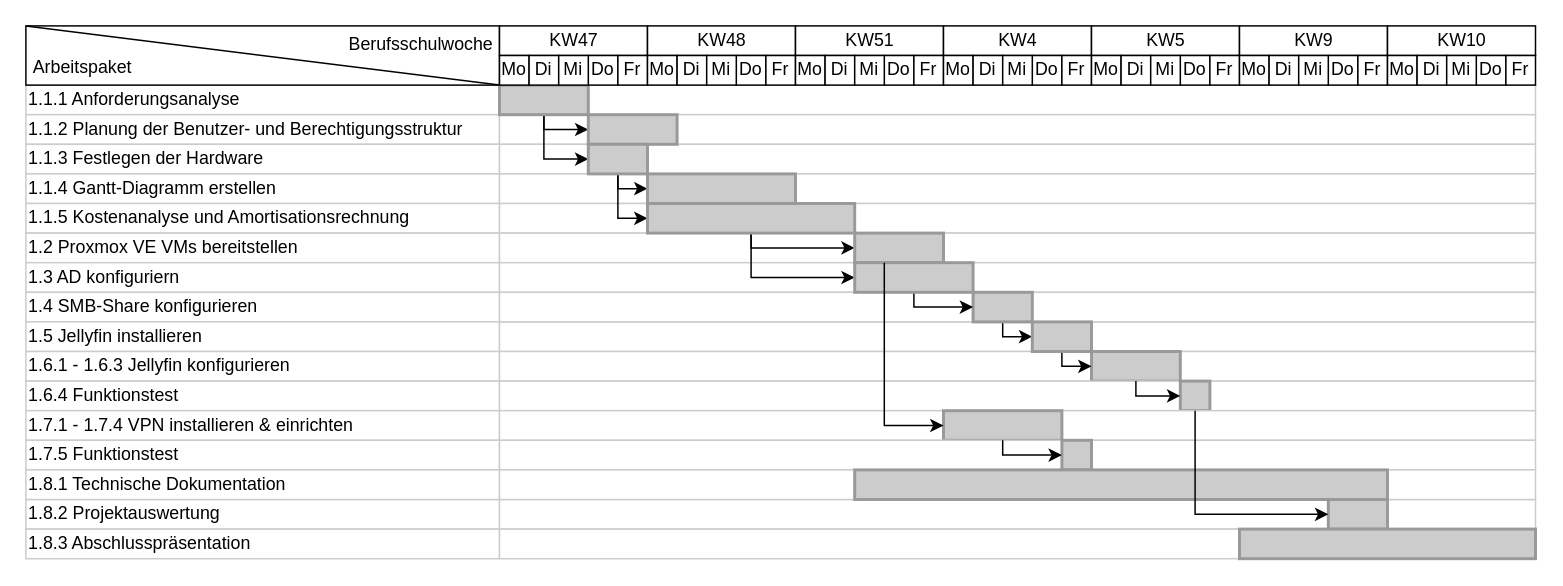
Earlier version of the draw.io diagram Schulprojekt/Gantt-Diagramm.drawio (Hartl14/Projects). Source tidied: cells renumbered, new cells numbered last; positions are measured from the earlier drawing's top-left corner, leaving out a move shared by most shapes. Both pictures are drawn from the tidied source at 148%, with x=0, y=0 at pixel (25, 25).
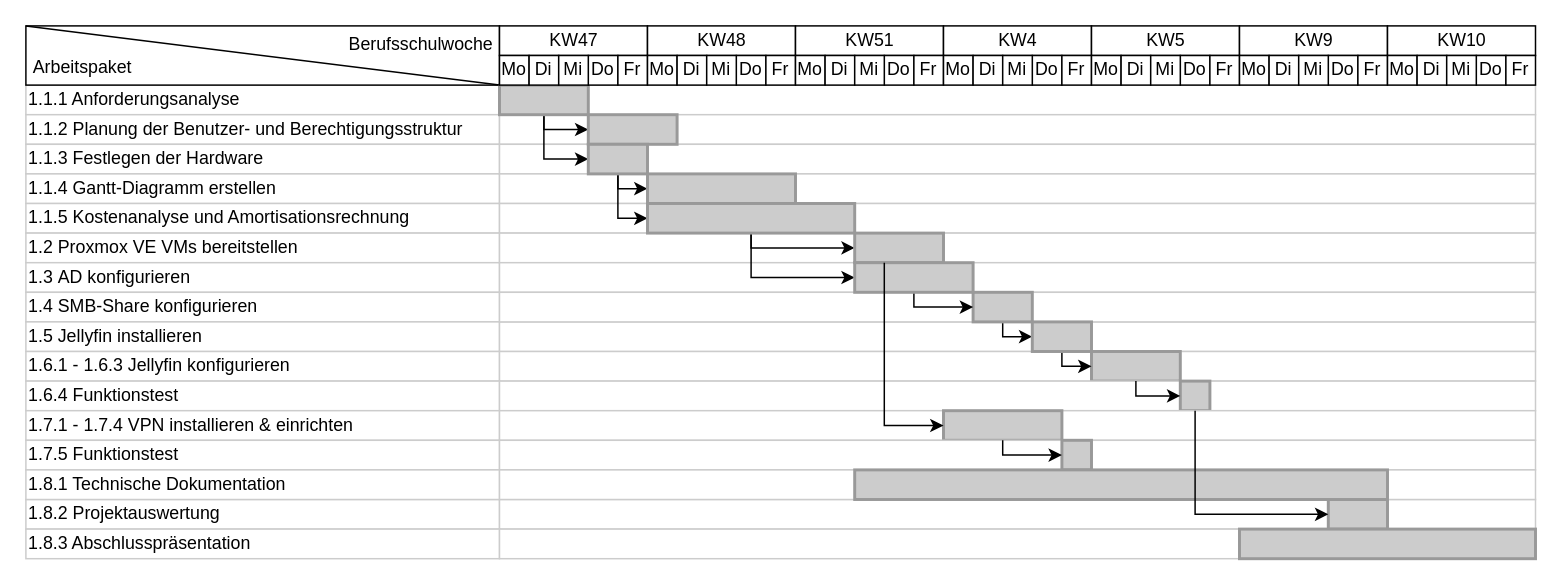
After the change.

What changed in the source:
```diff
@@
-    <mxCell id="9" value="1.3 AD konfiguriern" style="align=left;strokeColor=#CCCCCC;html=1;" parent="1" vertex="1">
+    <mxCell id="9" value="1.3&amp;nbsp;AD konfigurieren" style="align=left;strokeColor=#CCCCCC;html=1;" parent="1" vertex="1">
       <mxGeometry y="160" width="320" height="20" as="geometry" />
     </mxCell>
```
